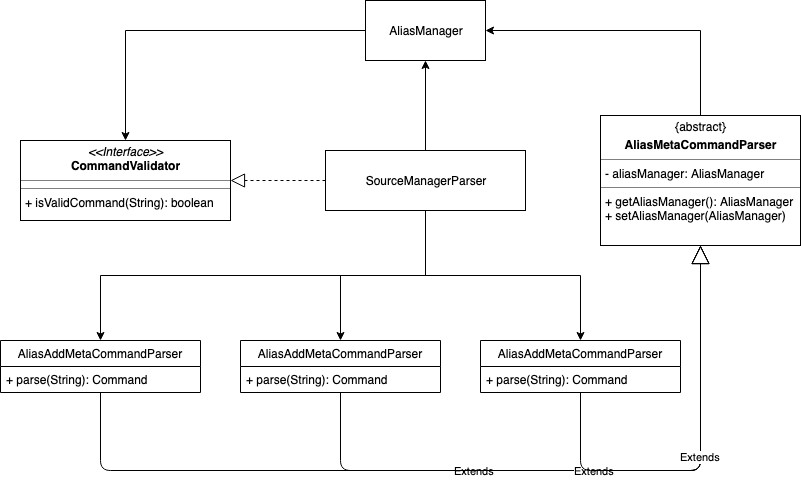
This is images/AliasManagerClassDiagram.png from CS2103-AY1819S2-W13-3/main, a draw.io export, as it was before one commit. Source tidied: cells renumbered, new cells last; positions are measured from the earlier drawing's top-left corner, leaving out a move shared by most shapes. The source it was exported from:
```xml
<mxGraphModel>
  <root>
    <mxCell id="0" />
    <mxCell id="1" parent="0" />
    <mxCell id="2" style="edgeStyle=orthogonalEdgeStyle;rounded=0;jettySize=auto;html=1;" parent="1" edge="1" source="6" target="8">
      <mxGeometry relative="1" as="geometry" />
    </mxCell>
    <mxCell id="3" style="edgeStyle=orthogonalEdgeStyle;rounded=0;jettySize=auto;html=1;exitX=0.5;exitY=1;exitDx=0;exitDy=0;entryX=0.5;entryY=0;entryDx=0;entryDy=0;" parent="1" edge="1" source="6" target="16">
      <mxGeometry relative="1" as="geometry" />
    </mxCell>
    <mxCell id="4" style="edgeStyle=orthogonalEdgeStyle;rounded=0;jettySize=auto;html=1;exitX=0.5;exitY=1;exitDx=0;exitDy=0;entryX=0.5;entryY=0;entryDx=0;entryDy=0;" parent="1" edge="1" source="6" target="14">
      <mxGeometry relative="1" as="geometry" />
    </mxCell>
    <mxCell id="5" style="edgeStyle=orthogonalEdgeStyle;rounded=0;jettySize=auto;html=1;entryX=0.5;entryY=0;entryDx=0;entryDy=0;" parent="1" edge="1" source="6" target="18">
      <mxGeometry relative="1" as="geometry" />
    </mxCell>
    <mxCell id="6" value="SourceManagerParser" style="rounded=0;whiteSpace=wrap;html=1;" parent="1" vertex="1">
      <mxGeometry x="325" y="150" width="200" height="60" as="geometry" />
    </mxCell>
    <mxCell id="7" style="edgeStyle=orthogonalEdgeStyle;rounded=0;jettySize=auto;html=1;entryX=0.5;entryY=0;entryDx=0;entryDy=0;" parent="1" edge="1" source="8" target="10">
      <mxGeometry relative="1" as="geometry" />
    </mxCell>
    <mxCell id="8" value="AliasManager" style="rounded=0;whiteSpace=wrap;html=1;" parent="1" vertex="1">
      <mxGeometry x="365" width="120" height="60" as="geometry" />
    </mxCell>
    <mxCell id="9" style="endArrow=block;dashed=1;endFill=0;endSize=12;html=1;entryX=1;entryY=0.5;entryDx=0;entryDy=0;exitX=0;exitY=0.5;exitDx=0;exitDy=0;" parent="1" edge="1" source="6" target="10">
      <mxGeometry relative="1" as="geometry" />
    </mxCell>
    <mxCell id="10" value="&lt;p style=&quot;margin: 0px ; margin-top: 4px ; text-align: center&quot;&gt;&lt;i&gt;&amp;lt;&amp;lt;Interface&amp;gt;&amp;gt;&lt;/i&gt;&lt;br&gt;&lt;b&gt;CommandValidator&lt;/b&gt;&lt;/p&gt;&lt;hr size=&quot;1&quot;&gt;&lt;hr size=&quot;1&quot;&gt;&lt;p style=&quot;margin: 0px ; margin-left: 4px&quot;&gt;+ isValidCommand(String): boolean&lt;br&gt;&lt;/p&gt;" style="verticalAlign=top;align=left;overflow=fill;fontSize=12;fontFamily=Helvetica;html=1;" parent="1" vertex="1">
      <mxGeometry x="20" y="140" width="210" height="80" as="geometry" />
    </mxCell>
    <mxCell id="11" style="edgeStyle=orthogonalEdgeStyle;rounded=0;orthogonalLoop=1;jettySize=auto;html=1;exitX=0.5;exitY=1;exitDx=0;exitDy=0;" parent="1" edge="1" source="10" target="10">
      <mxGeometry relative="1" as="geometry" />
    </mxCell>
    <mxCell id="12" style="edgeStyle=orthogonalEdgeStyle;rounded=0;jettySize=auto;html=1;entryX=1;entryY=0.5;entryDx=0;entryDy=0;" parent="1" edge="1" source="13" target="8">
      <mxGeometry relative="1" as="geometry">
        <Array as="points">
          <mxPoint x="700" y="30" />
        </Array>
      </mxGeometry>
    </mxCell>
    <mxCell id="13" value="&lt;p style=&quot;margin: 0px ; margin-top: 4px ; text-align: center&quot;&gt;{abstract}&lt;br&gt;&lt;b&gt;&lt;/b&gt;&lt;/p&gt;&lt;p style=&quot;margin: 0px ; margin-top: 4px ; text-align: center&quot;&gt;&lt;b&gt;AliasMetaCommandParser&lt;/b&gt;&lt;/p&gt;&lt;hr size=&quot;1&quot;&gt;&lt;p style=&quot;margin: 0px ; margin-left: 4px&quot;&gt;- aliasManager: AliasManager&lt;br&gt;&lt;/p&gt;&lt;hr size=&quot;1&quot;&gt;&lt;p style=&quot;margin: 0px ; margin-left: 4px&quot;&gt;+ getAliasManager(): AliasManager&lt;/p&gt;&lt;p style=&quot;margin: 0px ; margin-left: 4px&quot;&gt;+ setAliasManager(AliasManager)&lt;br&gt;&lt;/p&gt;" style="verticalAlign=top;align=left;overflow=fill;fontSize=12;fontFamily=Helvetica;html=1;" parent="1" vertex="1">
      <mxGeometry x="600" y="115" width="200" height="130" as="geometry" />
    </mxCell>
    <mxCell id="14" value="AliasAddMetaCommandParser" style="swimlane;fontStyle=0;horizontal=1;startSize=26;fillColor=none;" parent="1" vertex="1">
      <mxGeometry y="340" width="200" height="52" as="geometry" />
    </mxCell>
    <mxCell id="15" value="+ parse(String): Command" style="text;strokeColor=none;fillColor=none;align=left;verticalAlign=top;spacingLeft=4;spacingRight=4;overflow=hidden;" parent="14" vertex="1">
      <mxGeometry y="26" width="200" height="26" as="geometry" />
    </mxCell>
    <mxCell id="16" value="AliasAddMetaCommandParser" style="swimlane;fontStyle=0;horizontal=1;startSize=26;fillColor=none;" parent="1" vertex="1">
      <mxGeometry x="240" y="340" width="200" height="52" as="geometry" />
    </mxCell>
    <mxCell id="17" value="+ parse(String): Command" style="text;strokeColor=none;fillColor=none;align=left;verticalAlign=top;spacingLeft=4;spacingRight=4;overflow=hidden;" parent="16" vertex="1">
      <mxGeometry y="26" width="200" height="26" as="geometry" />
    </mxCell>
    <mxCell id="18" value="AliasAddMetaCommandParser" style="swimlane;fontStyle=0;horizontal=1;startSize=26;fillColor=none;" parent="1" vertex="1">
      <mxGeometry x="480" y="340" width="200" height="52" as="geometry" />
    </mxCell>
    <mxCell id="19" value="+ parse(String): Command" style="text;strokeColor=none;fillColor=none;align=left;verticalAlign=top;spacingLeft=4;spacingRight=4;overflow=hidden;" parent="18" vertex="1">
      <mxGeometry y="26" width="200" height="26" as="geometry" />
    </mxCell>
    <mxCell id="20" value="Extends" style="endArrow=block;endSize=16;endFill=0;html=1;entryX=0.5;entryY=1;entryDx=0;entryDy=0;exitX=0.5;exitY=1;exitDx=0;exitDy=0;" parent="1" edge="1" source="14" target="13">
      <mxGeometry relative="1" as="geometry">
        <Array as="points">
          <mxPoint x="100" y="470" />
          <mxPoint x="700" y="470" />
        </Array>
      </mxGeometry>
    </mxCell>
    <mxCell id="21" value="Extends" style="endArrow=block;endSize=16;endFill=0;html=1;entryX=0.5;entryY=1;entryDx=0;entryDy=0;exitX=0.5;exitY=1;exitDx=0;exitDy=0;" parent="1" edge="1" source="16" target="13">
      <mxGeometry relative="1" as="geometry">
        <Array as="points">
          <mxPoint x="340" y="470" />
          <mxPoint x="700" y="470" />
        </Array>
      </mxGeometry>
    </mxCell>
    <mxCell id="22" value="Extends" style="endArrow=block;endSize=16;endFill=0;html=1;entryX=0.5;entryY=1;entryDx=0;entryDy=0;exitX=0.5;exitY=1;exitDx=0;exitDy=0;" parent="1" edge="1" source="18" target="13">
      <mxGeometry relative="1" as="geometry">
        <Array as="points">
          <mxPoint x="580" y="470" />
          <mxPoint x="700" y="470" />
        </Array>
      </mxGeometry>
    </mxCell>
  </root>
</mxGraphModel>
```
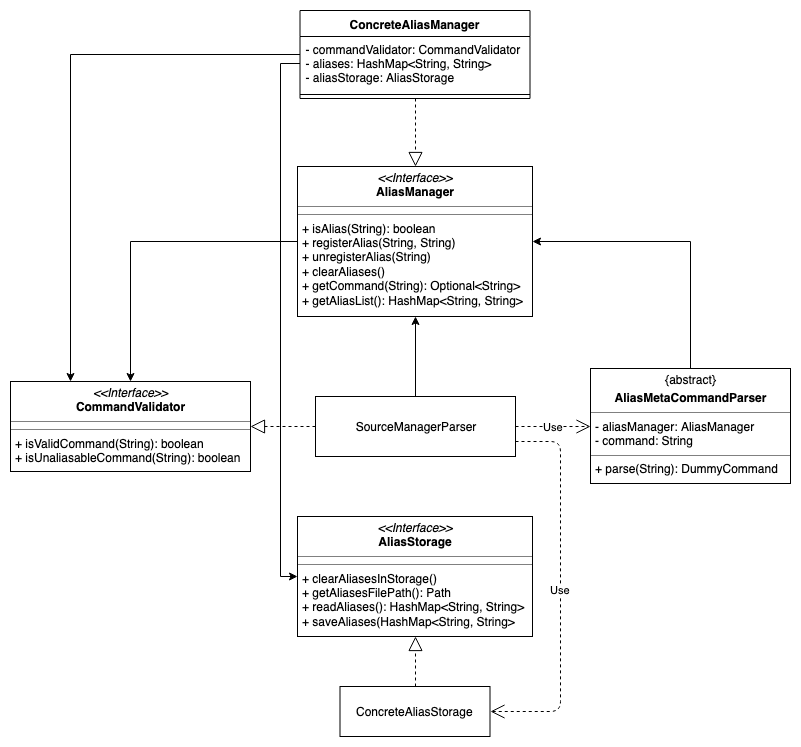
Later version of the same file.

The edit, as a diff of the source:
```diff
@@ -2,87 +2,74 @@
   <root>
     <mxCell id="0" />
     <mxCell id="1" parent="0" />
-    <mxCell id="2" style="edgeStyle=orthogonalEdgeStyle;rounded=0;jettySize=auto;html=1;" parent="1" edge="1" source="6" target="8">
+    <mxCell id="2" style="edgeStyle=orthogonalEdgeStyle;rounded=0;jettySize=auto;html=1;entryX=0.5;entryY=1;entryDx=0;entryDy=0;" parent="1" edge="1" source="6" target="23">
       <mxGeometry relative="1" as="geometry" />
     </mxCell>
-    <mxCell id="3" style="edgeStyle=orthogonalEdgeStyle;rounded=0;jettySize=auto;html=1;exitX=0.5;exitY=1;exitDx=0;exitDy=0;entryX=0.5;entryY=0;entryDx=0;entryDy=0;" parent="1" edge="1" source="6" target="16">
-      <mxGeometry relative="1" as="geometry" />
-    </mxCell>
-    <mxCell id="4" style="edgeStyle=orthogonalEdgeStyle;rounded=0;jettySize=auto;html=1;exitX=0.5;exitY=1;exitDx=0;exitDy=0;entryX=0.5;entryY=0;entryDx=0;entryDy=0;" parent="1" edge="1" source="6" target="14">
-      <mxGeometry relative="1" as="geometry" />
-    </mxCell>
-    <mxCell id="5" style="edgeStyle=orthogonalEdgeStyle;rounded=0;jettySize=auto;html=1;entryX=0.5;entryY=0;entryDx=0;entryDy=0;" parent="1" edge="1" source="6" target="18">
-      <mxGeometry relative="1" as="geometry" />
-    </mxCell>
     <mxCell id="6" value="SourceManagerParser" style="rounded=0;whiteSpace=wrap;html=1;" parent="1" vertex="1">
       <mxGeometry x="325" y="150" width="200" height="60" as="geometry" />
     </mxCell>
-    <mxCell id="7" style="edgeStyle=orthogonalEdgeStyle;rounded=0;jettySize=auto;html=1;entryX=0.5;entryY=0;entryDx=0;entryDy=0;" parent="1" edge="1" source="8" target="10">
+    <mxCell id="7" style="edgeStyle=orthogonalEdgeStyle;rounded=0;jettySize=auto;html=1;entryX=0.5;entryY=0;entryDx=0;entryDy=0;exitX=0;exitY=0.5;exitDx=0;exitDy=0;" parent="1" edge="1" source="23" target="10">
       <mxGeometry relative="1" as="geometry" />
     </mxCell>
-    <mxCell id="8" value="AliasManager" style="rounded=0;whiteSpace=wrap;html=1;" parent="1" vertex="1">
-      <mxGeometry x="365" width="120" height="60" as="geometry" />
-    </mxCell>
     <mxCell id="9" style="endArrow=block;dashed=1;endFill=0;endSize=12;html=1;entryX=1;entryY=0.5;entryDx=0;entryDy=0;exitX=0;exitY=0.5;exitDx=0;exitDy=0;" parent="1" edge="1" source="6" target="10">
       <mxGeometry relative="1" as="geometry" />
     </mxCell>
-    <mxCell id="10" value="&lt;p style=&quot;margin: 0px ; margin-top: 4px ; text-align: center&quot;&gt;&lt;i&gt;&amp;lt;&amp;lt;Interface&amp;gt;&amp;gt;&lt;/i&gt;&lt;br&gt;&lt;b&gt;CommandValidator&lt;/b&gt;&lt;/p&gt;&lt;hr size=&quot;1&quot;&gt;&lt;hr size=&quot;1&quot;&gt;&lt;p style=&quot;margin: 0px ; margin-left: 4px&quot;&gt;+ isValidCommand(String): boolean&lt;br&gt;&lt;/p&gt;" style="verticalAlign=top;align=left;overflow=fill;fontSize=12;fontFamily=Helvetica;html=1;" parent="1" vertex="1">
-      <mxGeometry x="20" y="140" width="210" height="80" as="geometry" />
+    <mxCell id="10" value="&lt;p style=&quot;margin: 0px ; margin-top: 4px ; text-align: center&quot;&gt;&lt;i&gt;&amp;lt;&amp;lt;Interface&amp;gt;&amp;gt;&lt;/i&gt;&lt;br&gt;&lt;b&gt;CommandValidator&lt;/b&gt;&lt;/p&gt;&lt;hr size=&quot;1&quot;&gt;&lt;hr size=&quot;1&quot;&gt;&lt;p style=&quot;margin: 0px ; margin-left: 4px&quot;&gt;+ isValidCommand(String): boolean&lt;br&gt;&lt;/p&gt;&lt;p style=&quot;margin: 0px ; margin-left: 4px&quot;&gt;+ isUnaliasableCommand(String): boolean&lt;br&gt;&lt;/p&gt;" style="verticalAlign=top;align=left;overflow=fill;fontSize=12;fontFamily=Helvetica;html=1;" parent="1" vertex="1">
+      <mxGeometry x="20" y="135" width="240" height="90" as="geometry" />
     </mxCell>
     <mxCell id="11" style="edgeStyle=orthogonalEdgeStyle;rounded=0;orthogonalLoop=1;jettySize=auto;html=1;exitX=0.5;exitY=1;exitDx=0;exitDy=0;" parent="1" edge="1" source="10" target="10">
       <mxGeometry relative="1" as="geometry" />
     </mxCell>
-    <mxCell id="12" style="edgeStyle=orthogonalEdgeStyle;rounded=0;jettySize=auto;html=1;entryX=1;entryY=0.5;entryDx=0;entryDy=0;" parent="1" edge="1" source="13" target="8">
+    <mxCell id="12" style="edgeStyle=orthogonalEdgeStyle;rounded=0;jettySize=auto;html=1;entryX=1;entryY=0.5;entryDx=0;entryDy=0;" parent="1" edge="1" source="13" target="23">
       <mxGeometry relative="1" as="geometry">
         <Array as="points">
-          <mxPoint x="700" y="30" />
+          <mxPoint x="700" y="-5" />
         </Array>
       </mxGeometry>
     </mxCell>
-    <mxCell id="13" value="&lt;p style=&quot;margin: 0px ; margin-top: 4px ; text-align: center&quot;&gt;{abstract}&lt;br&gt;&lt;b&gt;&lt;/b&gt;&lt;/p&gt;&lt;p style=&quot;margin: 0px ; margin-top: 4px ; text-align: center&quot;&gt;&lt;b&gt;AliasMetaCommandParser&lt;/b&gt;&lt;/p&gt;&lt;hr size=&quot;1&quot;&gt;&lt;p style=&quot;margin: 0px ; margin-left: 4px&quot;&gt;- aliasManager: AliasManager&lt;br&gt;&lt;/p&gt;&lt;hr size=&quot;1&quot;&gt;&lt;p style=&quot;margin: 0px ; margin-left: 4px&quot;&gt;+ getAliasManager(): AliasManager&lt;/p&gt;&lt;p style=&quot;margin: 0px ; margin-left: 4px&quot;&gt;+ setAliasManager(AliasManager)&lt;br&gt;&lt;/p&gt;" style="verticalAlign=top;align=left;overflow=fill;fontSize=12;fontFamily=Helvetica;html=1;" parent="1" vertex="1">
-      <mxGeometry x="600" y="115" width="200" height="130" as="geometry" />
+    <mxCell id="13" value="&lt;p style=&quot;margin: 0px ; margin-top: 4px ; text-align: center&quot;&gt;{abstract}&lt;br&gt;&lt;b&gt;&lt;/b&gt;&lt;/p&gt;&lt;p style=&quot;margin: 0px ; margin-top: 4px ; text-align: center&quot;&gt;&lt;b&gt;AliasMetaCommandParser&lt;/b&gt;&lt;/p&gt;&lt;hr size=&quot;1&quot;&gt;&lt;p style=&quot;margin: 0px ; margin-left: 4px&quot;&gt;- aliasManager: AliasManager&lt;/p&gt;&lt;p style=&quot;margin: 0px ; margin-left: 4px&quot;&gt;- command: String&lt;br&gt;&lt;/p&gt;&lt;hr size=&quot;1&quot;&gt;&lt;p style=&quot;margin: 0px ; margin-left: 4px&quot;&gt;+ parse(String): DummyCommand&lt;br&gt;&lt;/p&gt;" style="verticalAlign=top;align=left;overflow=fill;fontSize=12;fontFamily=Helvetica;html=1;" parent="1" vertex="1">
+      <mxGeometry x="600" y="122" width="200" height="115" as="geometry" />
     </mxCell>
-    <mxCell id="14" value="AliasAddMetaCommandParser" style="swimlane;fontStyle=0;horizontal=1;startSize=26;fillColor=none;" parent="1" vertex="1">
-      <mxGeometry y="340" width="200" height="52" as="geometry" />
-    </mxCell>
-    <mxCell id="15" value="+ parse(String): Command" style="text;strokeColor=none;fillColor=none;align=left;verticalAlign=top;spacingLeft=4;spacingRight=4;overflow=hidden;" parent="14" vertex="1">
-      <mxGeometry y="26" width="200" height="26" as="geometry" />
-    </mxCell>
-    <mxCell id="16" value="AliasAddMetaCommandParser" style="swimlane;fontStyle=0;horizontal=1;startSize=26;fillColor=none;" parent="1" vertex="1">
-      <mxGeometry x="240" y="340" width="200" height="52" as="geometry" />
-    </mxCell>
-    <mxCell id="17" value="+ parse(String): Command" style="text;strokeColor=none;fillColor=none;align=left;verticalAlign=top;spacingLeft=4;spacingRight=4;overflow=hidden;" parent="16" vertex="1">
-      <mxGeometry y="26" width="200" height="26" as="geometry" />
-    </mxCell>
-    <mxCell id="18" value="AliasAddMetaCommandParser" style="swimlane;fontStyle=0;horizontal=1;startSize=26;fillColor=none;" parent="1" vertex="1">
-      <mxGeometry x="480" y="340" width="200" height="52" as="geometry" />
-    </mxCell>
-    <mxCell id="19" value="+ parse(String): Command" style="text;strokeColor=none;fillColor=none;align=left;verticalAlign=top;spacingLeft=4;spacingRight=4;overflow=hidden;" parent="18" vertex="1">
-      <mxGeometry y="26" width="200" height="26" as="geometry" />
-    </mxCell>
-    <mxCell id="20" value="Extends" style="endArrow=block;endSize=16;endFill=0;html=1;entryX=0.5;entryY=1;entryDx=0;entryDy=0;exitX=0.5;exitY=1;exitDx=0;exitDy=0;" parent="1" edge="1" source="14" target="13">
-      <mxGeometry relative="1" as="geometry">
-        <Array as="points">
-          <mxPoint x="100" y="470" />
-          <mxPoint x="700" y="470" />
-        </Array>
-      </mxGeometry>
-    </mxCell>
-    <mxCell id="21" value="Extends" style="endArrow=block;endSize=16;endFill=0;html=1;entryX=0.5;entryY=1;entryDx=0;entryDy=0;exitX=0.5;exitY=1;exitDx=0;exitDy=0;" parent="1" edge="1" source="16" target="13">
-      <mxGeometry relative="1" as="geometry">
-        <Array as="points">
-          <mxPoint x="340" y="470" />
-          <mxPoint x="700" y="470" />
-        </Array>
-      </mxGeometry>
-    </mxCell>
-    <mxCell id="22" value="Extends" style="endArrow=block;endSize=16;endFill=0;html=1;entryX=0.5;entryY=1;entryDx=0;entryDy=0;exitX=0.5;exitY=1;exitDx=0;exitDy=0;" parent="1" edge="1" source="18" target="13">
-      <mxGeometry relative="1" as="geometry">
-        <Array as="points">
-          <mxPoint x="580" y="470" />
-          <mxPoint x="700" y="470" />
-        </Array>
-      </mxGeometry>
-    </mxCell>
+    <mxCell id="23" value="&lt;p style=&quot;margin: 0px ; margin-top: 4px ; text-align: center&quot;&gt;&lt;i&gt;&amp;lt;&amp;lt;Interface&amp;gt;&amp;gt;&lt;/i&gt;&lt;br&gt;&lt;b&gt;AliasManager&lt;/b&gt;&lt;/p&gt;&lt;hr size=&quot;1&quot;&gt;&lt;hr size=&quot;1&quot;&gt;&lt;p style=&quot;margin: 0px ; margin-left: 4px&quot;&gt;+ isAlias(String): boolean&lt;br&gt;+ registerAlias(String, String)&lt;/p&gt;&lt;p style=&quot;margin: 0px ; margin-left: 4px&quot;&gt;+ unregisterAlias(String)&lt;/p&gt;&lt;p style=&quot;margin: 0px ; margin-left: 4px&quot;&gt;+ clearAliases()&lt;/p&gt;&lt;p style=&quot;margin: 0px ; margin-left: 4px&quot;&gt;+ getCommand(String): Optional&amp;lt;String&amp;gt;&lt;/p&gt;&lt;p style=&quot;margin: 0px ; margin-left: 4px&quot;&gt;+ getAliasList(): HashMap&amp;lt;String, String&amp;gt;&lt;br&gt;&lt;/p&gt;" style="verticalAlign=top;align=left;overflow=fill;fontSize=12;fontFamily=Helvetica;html=1;" parent="1" vertex="1">
+      <mxGeometry x="307" y="-80" width="235" height="150" as="geometry" />
+    </mxCell>
+    <mxCell id="24" style="endArrow=block;dashed=1;endFill=0;endSize=12;html=1;entryX=0.5;entryY=0;entryDx=0;entryDy=0;exitX=0.5;exitY=1;exitDx=0;exitDy=0;" parent="1" edge="1" source="27" target="23">
+      <mxGeometry relative="1" as="geometry" />
+    </mxCell>
+    <mxCell id="25" value="Use" style="endArrow=open;endSize=12;dashed=1;html=1;exitX=1;exitY=0.5;exitDx=0;exitDy=0;entryX=0;entryY=0.5;entryDx=0;entryDy=0;" parent="1" edge="1" source="6" target="13">
+      <mxGeometry relative="1" as="geometry" />
+    </mxCell>
+    <mxCell id="26" style="edgeStyle=orthogonalEdgeStyle;rounded=0;jettySize=auto;html=1;entryX=0.25;entryY=0;entryDx=0;entryDy=0;" parent="1" edge="1" source="27" target="10">
+      <mxGeometry relative="1" as="geometry" />
+    </mxCell>
+    <mxCell id="27" value="ConcreteAliasManager" style="swimlane;fontStyle=1;align=center;verticalAlign=top;horizontal=1;startSize=26;" parent="1" vertex="1">
+      <mxGeometry x="309.5" y="-236" width="230" height="88" as="geometry" />
+    </mxCell>
+    <mxCell id="28" value="- commandValidator: CommandValidator&#10;- aliases: HashMap&lt;String, String&gt;&#10;- aliasStorage: AliasStorage&#10;" style="text;strokeColor=none;fillColor=none;align=left;verticalAlign=top;spacingLeft=4;spacingRight=4;overflow=hidden;points=[[0,0.5],[1,0.5]];portConstraint=eastwest;" parent="27" vertex="1">
+      <mxGeometry y="26" width="230" height="54" as="geometry" />
+    </mxCell>
+    <mxCell id="29" style="line;strokeWidth=1;fillColor=none;align=left;verticalAlign=middle;spacingTop=-1;spacingLeft=3;spacingRight=3;labelPosition=right;" parent="27" vertex="1">
+      <mxGeometry y="80" width="230" height="8" as="geometry" />
+    </mxCell>
+    <mxCell id="30" value="&lt;p style=&quot;margin: 0px ; margin-top: 4px ; text-align: center&quot;&gt;&lt;i&gt;&amp;lt;&amp;lt;Interface&amp;gt;&amp;gt;&lt;/i&gt;&lt;br&gt;&lt;b&gt;AliasStorage&lt;/b&gt;&lt;/p&gt;&lt;hr size=&quot;1&quot;&gt;&lt;hr size=&quot;1&quot;&gt;&lt;p style=&quot;margin: 0px ; margin-left: 4px&quot;&gt;+ clearAliasesInStorage()&lt;br&gt;+ getAliasesFilePath(): Path&lt;br&gt;&lt;/p&gt;&lt;p style=&quot;margin: 0px ; margin-left: 4px&quot;&gt;+ readAliases(): HashMap&amp;lt;String, String&amp;gt;&lt;br&gt;&lt;/p&gt;&lt;p style=&quot;margin: 0px ; margin-left: 4px&quot;&gt;+ saveAliases(HashMap&amp;lt;String, String&amp;gt;&lt;br&gt;&lt;/p&gt;" style="verticalAlign=top;align=left;overflow=fill;fontSize=12;fontFamily=Helvetica;html=1;" parent="1" vertex="1">
+      <mxGeometry x="307" y="270" width="235" height="120" as="geometry" />
+    </mxCell>
+    <mxCell id="31" style="edgeStyle=orthogonalEdgeStyle;rounded=0;jettySize=auto;html=1;entryX=0;entryY=0.5;entryDx=0;entryDy=0;" parent="1" edge="1" source="28" target="30">
+      <mxGeometry relative="1" as="geometry" />
+    </mxCell>
+    <mxCell id="32" value="ConcreteAliasStorage" style="html=1;" parent="1" vertex="1">
+      <mxGeometry x="349.5" y="440" width="150" height="50" as="geometry" />
+    </mxCell>
+    <mxCell id="33" style="endArrow=block;dashed=1;endFill=0;endSize=12;html=1;entryX=0.5;entryY=1;entryDx=0;entryDy=0;exitX=0.5;exitY=0;exitDx=0;exitDy=0;" parent="1" edge="1" source="32" target="30">
+      <mxGeometry relative="1" as="geometry" />
+    </mxCell>
+    <mxCell id="34" value="Use" style="endArrow=open;endSize=12;dashed=1;html=1;exitX=1;exitY=0.75;exitDx=0;exitDy=0;entryX=1;entryY=0.5;entryDx=0;entryDy=0;" parent="1" edge="1" source="6" target="32">
+      <mxGeometry relative="1" as="geometry">
+        <Array as="points">
+          <mxPoint x="570" y="195" />
+          <mxPoint x="570" y="465" />
+        </Array>
+      </mxGeometry>
+    </mxCell>
   </root>
 </mxGraphModel>
```
